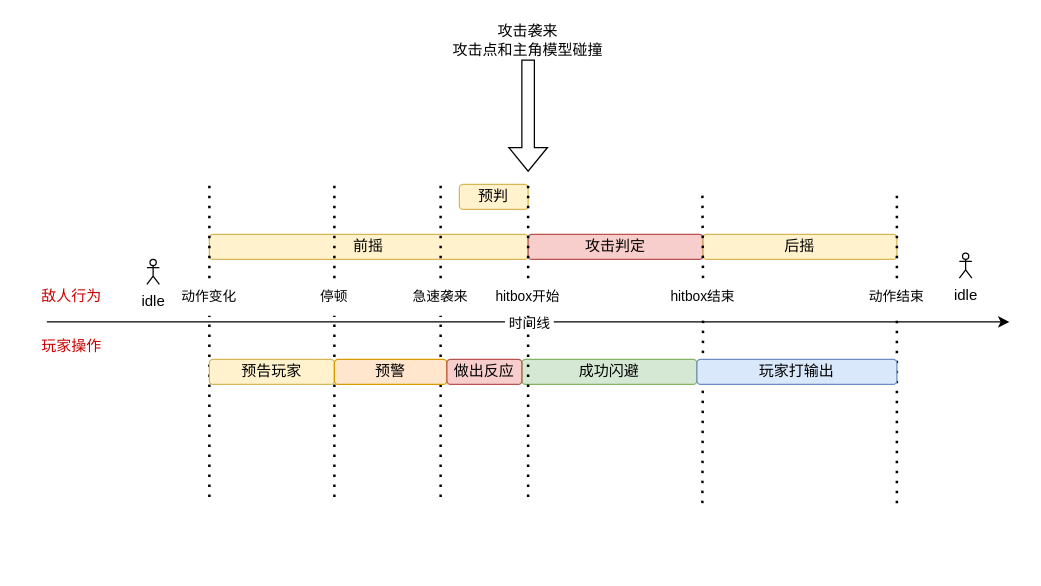
The draw.io diagram 攻击时间线2 的副本.drawio in pearhield/test, before the edit. Source tidied: cells renumbered, new cells numbered last; positions are measured from the earlier drawing's top-left corner, leaving out a move shared by most shapes. Both pictures are drawn from the tidied source at 125%, with x=0, y=0 at pixel (21, 21).
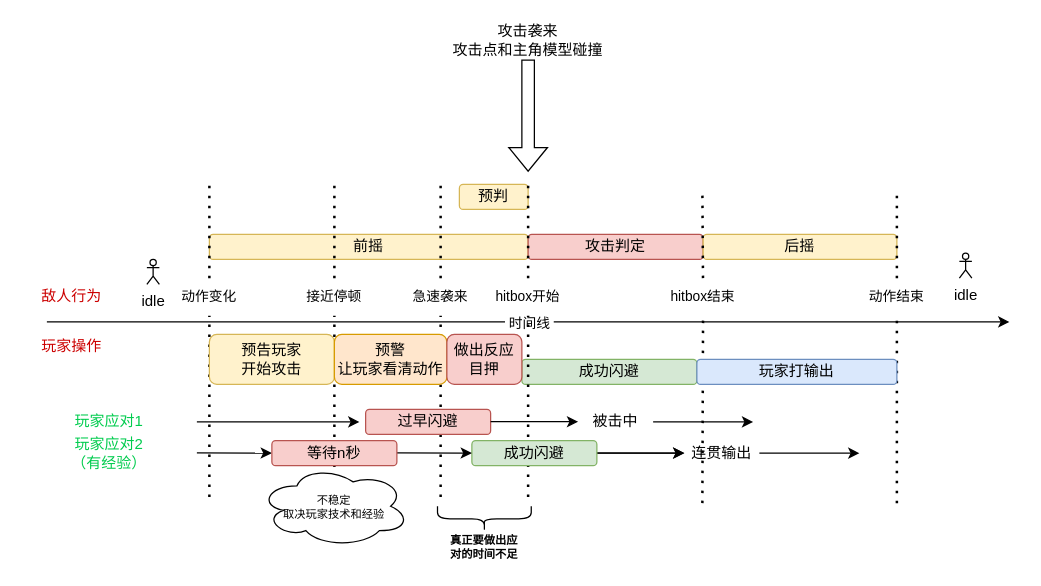
Above is the later version.

Commit message:
更新攻击时间线2 的副本.drawio

What changed in the source:
```diff
@@
     <mxCell id="23" style="endArrow=none;dashed=1;html=1;dashPattern=1 3;strokeWidth=2;rounded=0;" parent="1" edge="1" target="24">
       <mxGeometry relative="1" as="geometry">
         <mxPoint x="250" y="380" as="sourcePoint" />
+        <Array as="points">
+          <mxPoint x="250" y="280" />
+        </Array>
       </mxGeometry>
     </mxCell>
-    <mxCell id="24" value="停顿" style="text;html=1;align=center;verticalAlign=middle;whiteSpace=wrap;rounded=0;fontSize=11;" parent="1" vertex="1">
+    <mxCell id="24" value="接近停顿" style="text;html=1;align=center;verticalAlign=middle;whiteSpace=wrap;rounded=0;fontSize=11;" parent="1" vertex="1">
       <mxGeometry x="220" y="205" width="60" height="30" as="geometry" />
     </mxCell>
@@
-    <mxCell id="33" value="预告玩家" style="rounded=1;whiteSpace=wrap;html=1;fillColor=#fff2cc;strokeColor=#d6b656;" parent="1" vertex="1">
-      <mxGeometry x="150" y="270" width="100" height="20" as="geometry" />
+    <mxCell id="33" value="预告玩家&lt;div&gt;开始攻击&lt;/div&gt;" style="rounded=1;whiteSpace=wrap;html=1;fillColor=#fff2cc;strokeColor=#d6b656;" parent="1" vertex="1">
+      <mxGeometry x="150" y="250" width="100" height="40" as="geometry" />
     </mxCell>
-    <mxCell id="34" value="预警" style="rounded=1;whiteSpace=wrap;html=1;fillColor=#ffe6cc;strokeColor=#d79b00;" parent="1" vertex="1">
-      <mxGeometry x="250" y="270" width="90" height="20" as="geometry" />
+    <mxCell id="34" value="预警&lt;div&gt;让玩家看清动作&lt;/div&gt;" style="rounded=1;whiteSpace=wrap;html=1;fillColor=#ffe6cc;strokeColor=#d79b00;" parent="1" vertex="1">
+      <mxGeometry x="250" y="250" width="90" height="40" as="geometry" />
     </mxCell>
-    <mxCell id="35" value="做出反应" style="rounded=1;whiteSpace=wrap;html=1;fillColor=#f8cecc;strokeColor=#b85450;" parent="1" vertex="1">
-      <mxGeometry x="340" y="270" width="60" height="20" as="geometry" />
+    <mxCell id="35" value="做出反应&lt;div&gt;目押&lt;/div&gt;" style="rounded=1;whiteSpace=wrap;html=1;fillColor=#f8cecc;strokeColor=#b85450;" parent="1" vertex="1">
+      <mxGeometry x="340" y="250" width="60" height="40" as="geometry" />
     </mxCell>
@@
+    <mxCell id="37" value="玩家应对1" style="text;html=1;strokeColor=none;fillColor=none;align=center;verticalAlign=middle;whiteSpace=wrap;rounded=0;fontColor=#00cc4e;" parent="1" vertex="1">
+      <mxGeometry x="30" y="310" width="80" height="20" as="geometry" />
+    </mxCell>
+    <mxCell id="38" style="endArrow=classic;html=1;rounded=0;" parent="1" edge="1">
+      <mxGeometry relative="1" as="geometry">
+        <mxPoint x="140" y="320" as="sourcePoint" />
+        <mxPoint x="270" y="320" as="targetPoint" />
+      </mxGeometry>
+    </mxCell>
+    <mxCell id="39" value="过早闪避" style="rounded=1;whiteSpace=wrap;html=1;fillColor=#f8cecc;strokeColor=#b85450;" parent="1" vertex="1">
+      <mxGeometry x="275" y="310" width="100" height="20" as="geometry" />
+    </mxCell>
+    <mxCell id="40" style="endArrow=classic;html=1;rounded=0;" parent="1" edge="1" target="42">
+      <mxGeometry relative="1" as="geometry">
+        <mxPoint x="375" y="319.7" as="sourcePoint" />
+      </mxGeometry>
+    </mxCell>
+    <mxCell id="41" style="edgeStyle=orthogonalEdgeStyle;rounded=0;jettySize=auto;html=1;" parent="1" edge="1" source="42">
+      <mxGeometry relative="1" as="geometry">
+        <mxPoint x="585" y="320" as="targetPoint" />
+      </mxGeometry>
+    </mxCell>
+    <mxCell id="42" value="被击中" style="text;html=1;align=center;verticalAlign=middle;whiteSpace=wrap;rounded=0;" parent="1" vertex="1">
+      <mxGeometry x="445" y="305" width="60" height="30" as="geometry" />
+    </mxCell>
+    <mxCell id="43" style="edgeStyle=orthogonalEdgeStyle;rounded=0;jettySize=auto;html=1;" parent="1" edge="1" source="44">
+      <mxGeometry relative="1" as="geometry">
+        <mxPoint x="670" y="345" as="targetPoint" />
+      </mxGeometry>
+    </mxCell>
+    <mxCell id="44" value="连贯输出" style="text;html=1;align=center;verticalAlign=middle;whiteSpace=wrap;rounded=0;" parent="1" vertex="1">
+      <mxGeometry x="530" y="330" width="60" height="30" as="geometry" />
+    </mxCell>
+    <mxCell id="45" style="endArrow=classic;html=1;rounded=0;" parent="1" edge="1" target="44">
+      <mxGeometry relative="1" as="geometry">
+        <mxPoint x="375" y="344.7" as="sourcePoint" />
+      </mxGeometry>
+    </mxCell>
+    <mxCell id="46" style="edgeStyle=orthogonalEdgeStyle;rounded=0;jettySize=auto;html=1;" parent="1" edge="1" source="47" target="44">
+      <mxGeometry relative="1" as="geometry" />
+    </mxCell>
+    <mxCell id="47" value="成功闪避" style="rounded=1;whiteSpace=wrap;html=1;fillColor=#d5e8d4;strokeColor=#82b366;" parent="1" vertex="1">
+      <mxGeometry x="360" y="335" width="100" height="20" as="geometry" />
+    </mxCell>
+    <mxCell id="48" style="endArrow=classic;html=1;rounded=0;" parent="1" edge="1">
+      <mxGeometry relative="1" as="geometry">
+        <mxPoint x="140" y="344.7" as="sourcePoint" />
+        <mxPoint x="200" y="345" as="targetPoint" />
+      </mxGeometry>
+    </mxCell>
+    <mxCell id="49" value="玩家应对2（有经验）" style="text;html=1;strokeColor=none;fillColor=none;align=center;verticalAlign=middle;whiteSpace=wrap;rounded=0;fontColor=#00cc4e;" parent="1" vertex="1">
+      <mxGeometry x="30" y="335" width="80" height="20" as="geometry" />
+    </mxCell>
+    <mxCell id="50" style="endArrow=classic;html=1;rounded=0;" parent="1" edge="1">
+      <mxGeometry relative="1" as="geometry">
+        <mxPoint x="300" y="344.7" as="sourcePoint" />
+        <mxPoint x="360" y="345" as="targetPoint" />
+      </mxGeometry>
+    </mxCell>
+    <mxCell id="51" value="等待n秒" style="rounded=1;whiteSpace=wrap;html=1;fillColor=#f8cecc;strokeColor=#b85450;" parent="1" vertex="1">
+      <mxGeometry x="200" y="335" width="100" height="20" as="geometry" />
+    </mxCell>
+    <mxCell id="52" value="不稳定&lt;div style=&quot;font-size: 9px;&quot;&gt;取决玩家技术和经验&lt;/div&gt;" style="ellipse;shape=cloud;whiteSpace=wrap;html=1;fontSize=9;" parent="1" vertex="1">
+      <mxGeometry x="190" y="355" width="120" height="65" as="geometry" />
+    </mxCell>
+    <mxCell id="53" style="shape=curlyBracket;whiteSpace=wrap;html=1;rounded=1;labelPosition=left;verticalLabelPosition=middle;align=right;verticalAlign=middle;rotation=-90;" parent="1" vertex="1">
+      <mxGeometry x="360" y="360" width="20" height="75" as="geometry" />
+    </mxCell>
+    <mxCell id="54" value="真正要做出应对的时间不足" style="text;html=1;align=center;verticalAlign=middle;whiteSpace=wrap;rounded=0;fontStyle=1;fontSize=9;" parent="1" vertex="1">
+      <mxGeometry x="340" y="405" width="60" height="30" as="geometry" />
+    </mxCell>
```
